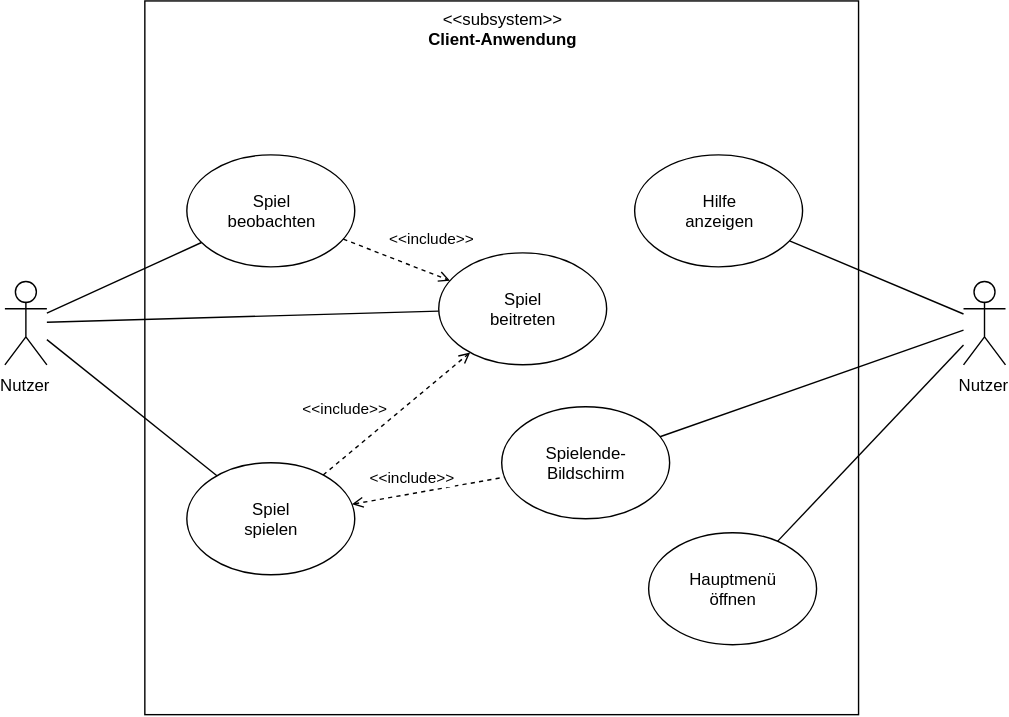
This is Meilenstein02/images/AFD_Client.svg from SoPra-Team-10/SopraGruppe10, a draw.io export, as it was before one commit. Source tidied: cells renumbered, new cells last; positions are measured from the earlier drawing's top-left corner, leaving out a move shared by most shapes.
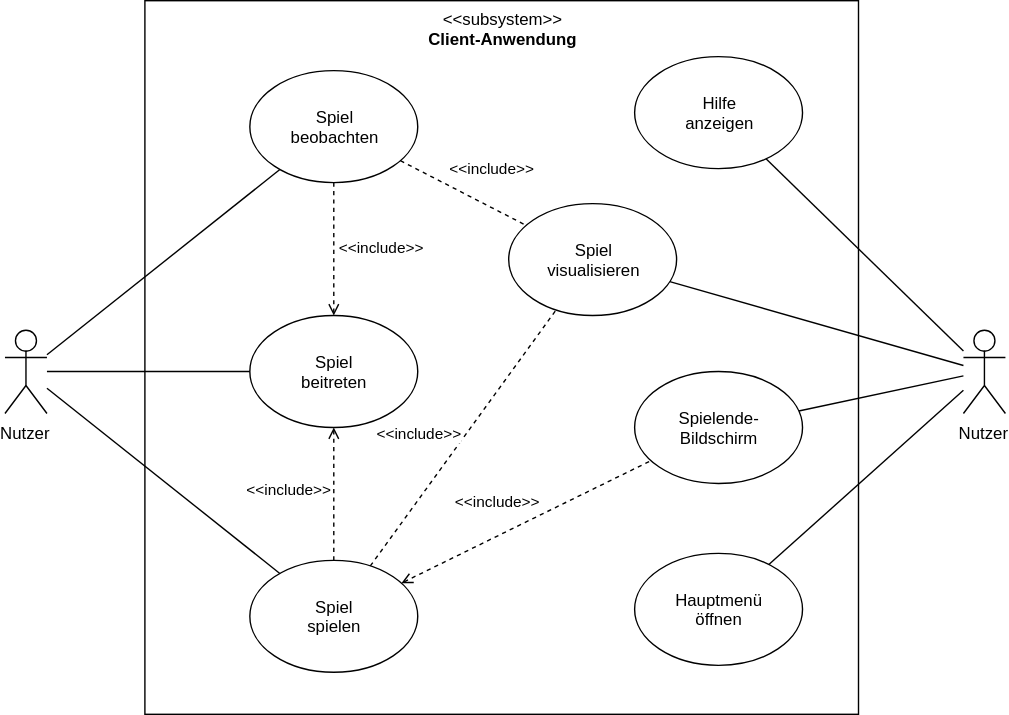
The same file after the commit.

Commit message:
Disco Disco -> Party Party

What changed in the source:
```diff
@@ -3,25 +3,25 @@
     <mxCell id="0" />
     <mxCell id="1" parent="0" />
     <mxCell id="2" value="Nutzer" style="shape=umlActor;verticalLabelPosition=bottom;labelBackgroundColor=#ffffff;verticalAlign=top;html=1;outlineConnect=0;" parent="1" vertex="1">
-      <mxGeometry x="685" y="200" width="30" height="60" as="geometry" />
+      <mxGeometry x="685" y="235" width="30" height="60" as="geometry" />
     </mxCell>
     <mxCell id="3" style="whiteSpace=wrap;html=1;fillColor=none;" parent="1" vertex="1">
       <mxGeometry x="100" width="510" height="510" as="geometry" />
     </mxCell>
     <mxCell id="4" value="&lt;div&gt;Hauptmenü&lt;/div&gt;&lt;div&gt;öffnen&lt;br&gt;&lt;/div&gt;" style="ellipse;whiteSpace=wrap;html=1;fillColor=none;" parent="1" vertex="1">
-      <mxGeometry x="460" y="380" width="120" height="80" as="geometry" />
+      <mxGeometry x="450" y="395" width="120" height="80" as="geometry" />
     </mxCell>
     <mxCell id="5" value="&lt;div&gt;Hilfe&lt;/div&gt;&lt;div&gt;anzeigen&lt;br&gt;&lt;/div&gt;" style="ellipse;whiteSpace=wrap;html=1;fillColor=none;" parent="1" vertex="1">
-      <mxGeometry x="450" y="110" width="120" height="80" as="geometry" />
+      <mxGeometry x="450" y="40" width="120" height="80" as="geometry" />
     </mxCell>
     <mxCell id="6" value="&lt;div&gt;Spiel&lt;/div&gt;&lt;div&gt;beitreten&lt;br&gt;&lt;/div&gt;" style="ellipse;whiteSpace=wrap;html=1;fillColor=none;" parent="1" vertex="1">
-      <mxGeometry x="310" y="180" width="120" height="80" as="geometry" />
+      <mxGeometry x="175" y="225" width="120" height="80" as="geometry" />
     </mxCell>
     <mxCell id="7" value="&lt;div&gt;Spiel&lt;/div&gt;&lt;div&gt;spielen&lt;br&gt;&lt;/div&gt;" style="ellipse;whiteSpace=wrap;html=1;fillColor=none;" parent="1" vertex="1">
-      <mxGeometry x="130" y="330" width="120" height="80" as="geometry" />
+      <mxGeometry x="175" y="400" width="120" height="80" as="geometry" />
     </mxCell>
     <mxCell id="8" value="&lt;div&gt;Spiel&lt;/div&gt;&lt;div&gt;beobachten&lt;br&gt;&lt;/div&gt;" style="ellipse;whiteSpace=wrap;html=1;fillColor=none;" parent="1" vertex="1">
-      <mxGeometry x="130" y="110" width="120" height="80" as="geometry" />
+      <mxGeometry x="175" y="50" width="120" height="80" as="geometry" />
     </mxCell>
     <mxCell id="9" value="&lt;div&gt;&amp;lt;&amp;lt;subsystem&amp;gt;&amp;gt;&lt;br&gt;&lt;/div&gt;&lt;div&gt;&lt;b&gt;Client-Anwendung&lt;/b&gt;&lt;/div&gt;" style="text;html=1;strokeColor=none;fillColor=none;align=center;verticalAlign=middle;whiteSpace=wrap;rounded=0;" parent="1" vertex="1">
       <mxGeometry x="295" y="10" width="120" height="20" as="geometry" />
@@ -33,7 +33,7 @@
       <mxGeometry relative="1" as="geometry" />
     </mxCell>
     <mxCell id="12" value="Nutzer" style="shape=umlActor;verticalLabelPosition=bottom;labelBackgroundColor=#ffffff;verticalAlign=top;html=1;outlineConnect=0;" parent="1" vertex="1">
-      <mxGeometry y="200" width="30" height="60" as="geometry" />
+      <mxGeometry y="235" width="30" height="60" as="geometry" />
     </mxCell>
     <mxCell id="13" style="endArrow=none;html=1;" parent="1" edge="1" source="8" target="12">
       <mxGeometry relative="1" as="geometry" />
@@ -42,22 +42,36 @@
       <mxGeometry relative="1" as="geometry" />
     </mxCell>
     <mxCell id="15" value="&amp;lt;&amp;lt;include&amp;gt;&amp;gt;" style="endArrow=open;dashed=1;html=1;endFill=0;" parent="1" edge="1" source="7" target="6">
-      <mxGeometry x="-0.39" y="27" relative="1" as="geometry" />
+      <mxGeometry x="0.07" y="32" relative="1" as="geometry">
+        <mxPoint x="-1" as="offset" />
+      </mxGeometry>
     </mxCell>
     <mxCell id="16" value="&amp;lt;&amp;lt;include&amp;gt;&amp;gt;" style="endArrow=open;dashed=1;html=1;endFill=0;" parent="1" edge="1" source="8" target="6">
-      <mxGeometry x="0.41" y="23" relative="1" as="geometry" />
+      <mxGeometry x="-0.03" y="33" relative="1" as="geometry" />
     </mxCell>
     <mxCell id="17" value="&lt;div&gt;Spielende-&lt;/div&gt;&lt;div&gt;Bildschirm&lt;br&gt;&lt;/div&gt;" style="ellipse;whiteSpace=wrap;html=1;" parent="1" vertex="1">
-      <mxGeometry x="355" y="290" width="120" height="80" as="geometry" />
+      <mxGeometry x="450" y="265" width="120" height="80" as="geometry" />
     </mxCell>
     <mxCell id="18" style="endArrow=none;html=1;" parent="1" edge="1" source="12" target="6">
       <mxGeometry relative="1" as="geometry" />
     </mxCell>
     <mxCell id="19" value="&amp;lt;&amp;lt;include&amp;gt;&amp;gt;" style="endArrow=none;dashed=1;html=1;startArrow=open;startFill=0;" parent="1" edge="1" source="7" target="17">
-      <mxGeometry x="-0.19" y="12" relative="1" as="geometry" />
+      <mxGeometry x="-0.13" y="23" relative="1" as="geometry" />
     </mxCell>
     <mxCell id="20" style="endArrow=none;html=1;" parent="1" edge="1" source="17" target="2">
       <mxGeometry relative="1" as="geometry" />
     </mxCell>
+    <mxCell id="21" value="&lt;div&gt;Spiel&lt;/div&gt;&lt;div&gt;visualisieren&lt;br&gt;&lt;/div&gt;" style="ellipse;whiteSpace=wrap;html=1;fillColor=none;" parent="1" vertex="1">
+      <mxGeometry x="360" y="145" width="120" height="80" as="geometry" />
+    </mxCell>
+    <mxCell id="22" value="&amp;lt;&amp;lt;include&amp;gt;&amp;gt;" style="endArrow=none;dashed=1;html=1;" parent="1" edge="1" source="7" target="21">
+      <mxGeometry x="-0.15" y="28" relative="1" as="geometry" />
+    </mxCell>
+    <mxCell id="23" value="&amp;lt;&amp;lt;include&amp;gt;&amp;gt;" style="endArrow=none;dashed=1;html=1;" parent="1" edge="1" source="8" target="21">
+      <mxGeometry x="0.2" y="25" relative="1" as="geometry" />
+    </mxCell>
+    <mxCell id="24" style="endArrow=none;html=1;" parent="1" edge="1" source="2" target="21">
+      <mxGeometry relative="1" as="geometry" />
+    </mxCell>
   </root>
 </mxGraphModel>
```
